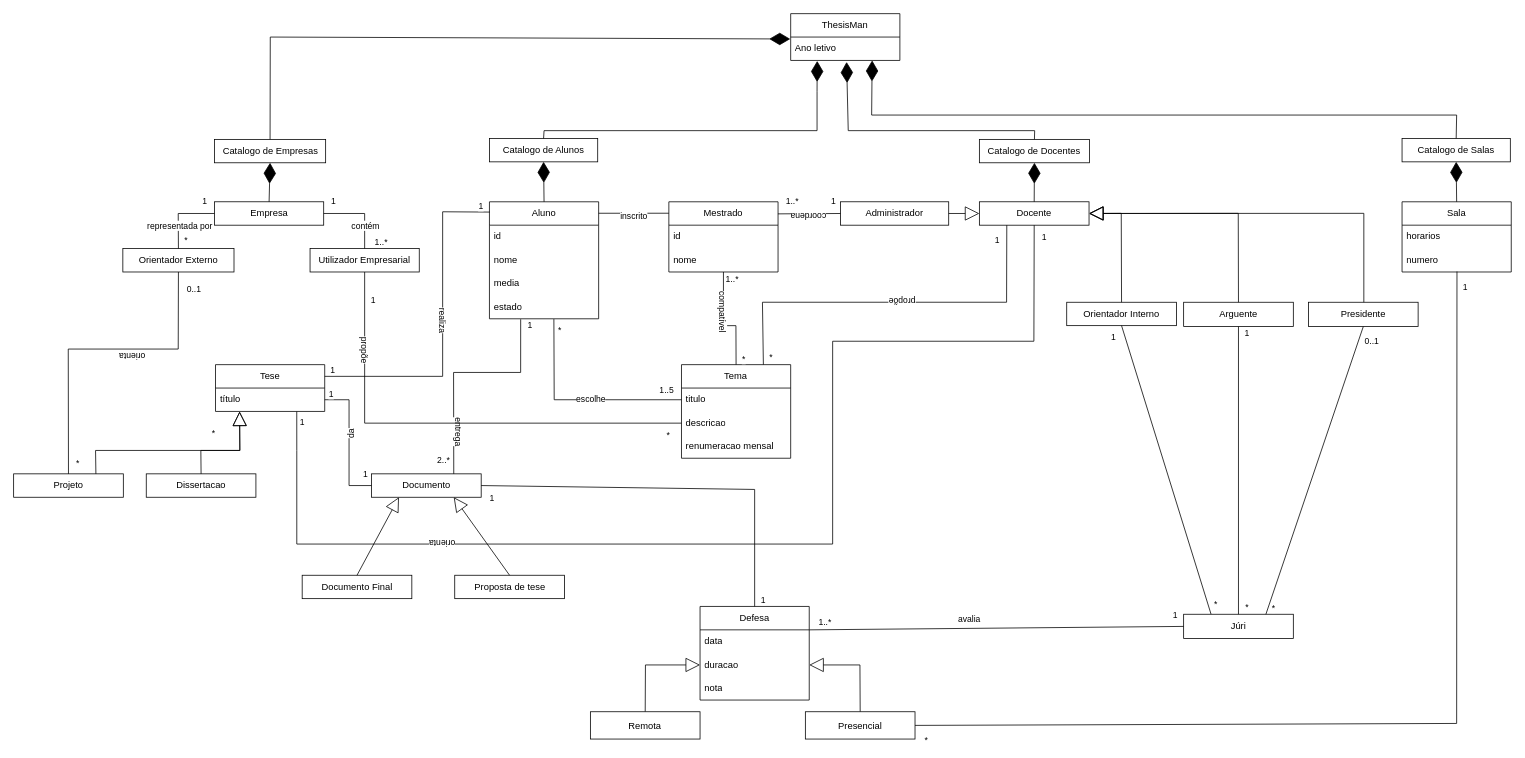
Sapientia-PT/thesisman keeps this draw.io diagram as docs/DomainModel.drawio. Above is the earlier version. Source tidied: cells renumbered, new cells numbered last; positions are measured from the earlier drawing's top-left corner, leaving out a move shared by most shapes. Both pictures are drawn from the tidied source at 78%, with x=0, y=0 at pixel (13, 13).
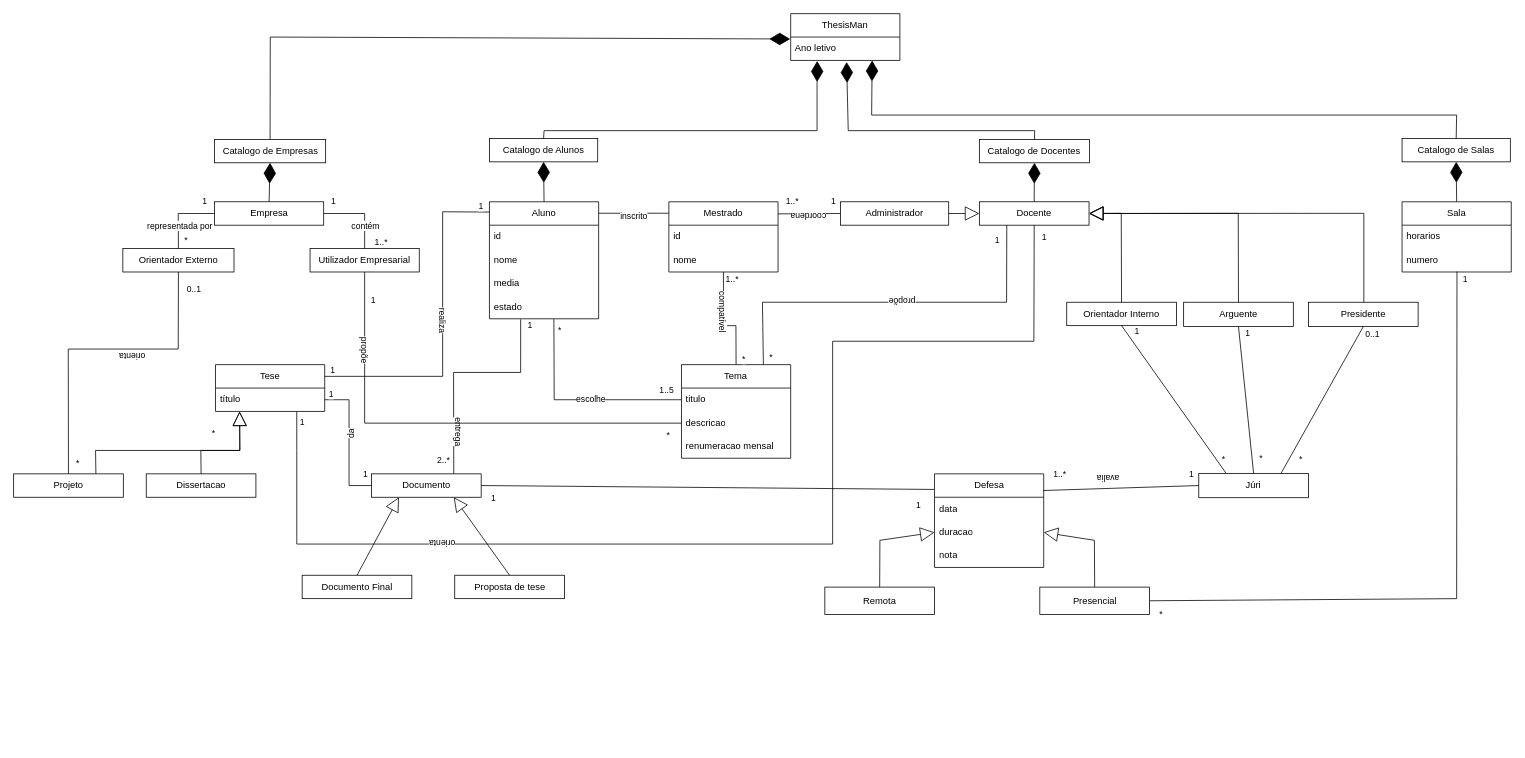
The same page after the edit.

The change refers to these unchanged cells:
```xml
<mxCell id="23" value="Documento" style="html=1;whiteSpace=wrap;" parent="1" vertex="1">
  <mxGeometry x="458.8" y="590" width="140.6" height="30" as="geometry" />
</mxCell>
<mxCell id="60" value="numero" style="text;strokeColor=none;fillColor=none;align=left;verticalAlign=middle;spacingLeft=4;spacingRight=4;overflow=hidden;points=[[0,0.5],[1,0.5]];portConstraint=eastwest;whiteSpace=wrap;html=1;" parent="58" vertex="1">
  <mxGeometry y="60" width="140" height="30" as="geometry" />
</mxCell>
<mxCell id="103" value="duracao" style="text;strokeColor=none;fillColor=none;align=left;verticalAlign=middle;spacingLeft=4;spacingRight=4;overflow=hidden;points=[[0,0.5],[1,0.5]];portConstraint=eastwest;whiteSpace=wrap;html=1;" parent="101" vertex="1">
  <mxGeometry y="60" width="140" height="30" as="geometry" />
</mxCell>
<mxCell id="117" style="endArrow=none;html=1;rounded=0;entryX=0.5;entryY=1;entryDx=0;entryDy=0;exitX=0.25;exitY=0;exitDx=0;exitDy=0;" parent="1" edge="1" source="120" target="6">
  <mxGeometry relative="1" as="geometry" />
</mxCell>
<mxCell id="126" style="endArrow=none;html=1;rounded=0;entryX=0.5;entryY=1;entryDx=0;entryDy=0;exitX=0.5;exitY=0;exitDx=0;exitDy=0;" parent="1" edge="1" source="120" target="7">
  <mxGeometry relative="1" as="geometry" />
</mxCell>
<mxCell id="130" style="endArrow=none;html=1;rounded=0;entryX=0.5;entryY=1;entryDx=0;entryDy=0;exitX=0.75;exitY=0;exitDx=0;exitDy=0;" parent="1" edge="1" source="120" target="125">
  <mxGeometry relative="1" as="geometry" />
</mxCell>
```

The edit, as a diff of the source:
```diff
@@
     <mxCell id="99" style="endArrow=block;endSize=16;endFill=0;html=1;rounded=0;entryX=0;entryY=0.5;entryDx=0;entryDy=0;exitX=0.5;exitY=0;exitDx=0;exitDy=0;" parent="1" edge="1" source="115" target="103">
       <mxGeometry relative="1" as="geometry">
         <Array as="points">
-          <mxPoint x="810" y="835" />
+          <mxPoint x="1110.6" y="675.2" />
         </Array>
       </mxGeometry>
     </mxCell>
     <mxCell id="100" style="endArrow=block;endSize=16;endFill=0;html=1;rounded=0;exitX=0.5;exitY=0;exitDx=0;exitDy=0;entryX=1;entryY=0.5;entryDx=0;entryDy=0;" parent="1" edge="1" source="116" target="103">
       <mxGeometry relative="1" as="geometry">
         <Array as="points">
-          <mxPoint x="1085" y="835" />
+          <mxPoint x="1385.6" y="675.2" />
         </Array>
       </mxGeometry>
     </mxCell>
     <mxCell id="101" value="Defesa" style="swimlane;fontStyle=0;horizontal=1;startSize=30;whiteSpace=wrap;html=1;" parent="1" vertex="1">
-      <mxGeometry x="880" y="760" width="140" height="120" as="geometry" />
+      <mxGeometry x="1180.6" y="590" width="140" height="120" as="geometry" />
     </mxCell>
@@
-    <mxCell id="109" style="endArrow=none;html=1;rounded=0;entryX=0.5;entryY=0;entryDx=0;entryDy=0;exitX=1;exitY=0.5;exitDx=0;exitDy=0;" parent="1" edge="1" source="23" target="101">
+    <mxCell id="109" style="endArrow=none;html=1;rounded=0;exitX=1;exitY=0.5;exitDx=0;exitDy=0;" parent="1" edge="1" source="23">
       <mxGeometry relative="1" as="geometry">
-        <Array as="points">
-          <mxPoint x="950" y="610" />
-        </Array>
+        <mxPoint x="1180" y="610" as="targetPoint" />
       </mxGeometry>
     </mxCell>
@@
     <mxCell id="112" style="endArrow=none;html=1;rounded=0;entryX=0.503;entryY=0.98;entryDx=0;entryDy=0;entryPerimeter=0;exitX=1;exitY=0.5;exitDx=0;exitDy=0;" parent="1" edge="1" source="116" target="60">
       <mxGeometry relative="1" as="geometry">
         <Array as="points">
-          <mxPoint x="1850" y="910" />
+          <mxPoint x="1850" y="750" />
         </Array>
       </mxGeometry>
     </mxCell>
     <mxCell id="113" value="*" style="edgeLabel;html=1;align=center;verticalAlign=middle;" parent="112" vertex="1">
       <mxGeometry x="-0.96" y="1" relative="1" as="geometry">
-        <mxPoint x="-11" y="19" as="offset" />
+        <mxPoint x="-2" y="18" as="offset" />
       </mxGeometry>
     </mxCell>
@@
     <mxCell id="115" value="Remota" style="html=1;whiteSpace=wrap;" parent="1" vertex="1">
-      <mxGeometry x="739.4" y="895" width="140.6" height="35" as="geometry" />
+      <mxGeometry x="1040" y="735.2" width="140.6" height="35" as="geometry" />
     </mxCell>
     <mxCell id="116" value="Presencial" style="html=1;whiteSpace=wrap;" parent="1" vertex="1">
-      <mxGeometry x="1015" y="895" width="140.6" height="35" as="geometry" />
+      <mxGeometry x="1315.6" y="735.2" width="140.6" height="35" as="geometry" />
     </mxCell>
@@
     <mxCell id="118" value="*" style="edgeLabel;html=1;align=center;verticalAlign=middle;" parent="117" vertex="1">
       <mxGeometry x="-0.92" y="2" relative="1" as="geometry">
-        <mxPoint x="12" as="offset" />
+        <mxPoint x="3" y="-13" as="offset" />
       </mxGeometry>
     </mxCell>
     <mxCell id="119" value="1" style="edgeLabel;html=1;align=center;verticalAlign=middle;" parent="117" vertex="1">
       <mxGeometry x="0.92" y="-1" relative="1" as="geometry">
-        <mxPoint x="-16" as="offset" />
+        <mxPoint x="13" as="offset" />
       </mxGeometry>
     </mxCell>
     <mxCell id="120" value="Júri" style="whiteSpace=wrap;html=1;" parent="1" vertex="1">
-      <mxGeometry x="1500" y="770" width="140.6" height="31.2" as="geometry" />
+      <mxGeometry x="1519.4" y="589.4" width="140.6" height="31.2" as="geometry" />
     </mxCell>
-    <mxCell id="121" style="endArrow=none;html=1;rounded=0;exitX=1;exitY=0.25;exitDx=0;exitDy=0;entryX=0;entryY=0.5;entryDx=0;entryDy=0;" parent="1" edge="1" source="101" target="120">
+    <mxCell id="121" style="endArrow=none;html=1;rounded=0;exitX=0.996;exitY=0.178;exitDx=0;exitDy=0;exitPerimeter=0;entryX=0;entryY=0.5;entryDx=0;entryDy=0;" parent="1" edge="1" source="101" target="120">
       <mxGeometry relative="1" as="geometry" />
     </mxCell>
-    <mxCell id="122" value="avalia" style="edgeLabel;html=1;align=center;verticalAlign=middle;" parent="121" vertex="1">
+    <mxCell id="122" value="avalia" style="edgeLabel;html=1;align=center;verticalAlign=middle;rotation=180;" parent="121" vertex="1">
       <mxGeometry x="-0.15" y="-1" relative="1" as="geometry">
         <mxPoint y="-13" as="offset" />
       </mxGeometry>
     </mxCell>
     <mxCell id="123" value="1..*" style="edgeLabel;html=1;align=center;verticalAlign=middle;" parent="121" vertex="1">
       <mxGeometry x="-0.85" y="1" relative="1" as="geometry">
-        <mxPoint x="-16" y="-9" as="offset" />
+        <mxPoint x="5" y="-20" as="offset" />
       </mxGeometry>
     </mxCell>
-    <mxCell id="124" value="1" style="edgeLabel;html=1;align=center;verticalAlign=middle;" parent="121" vertex="1">
+    <mxCell id="124" value="1" style="edgeLabel;html=1;align=center;verticalAlign=middle;rotation=0;" parent="121" vertex="1">
       <mxGeometry x="0.76" y="-1" relative="1" as="geometry">
-        <mxPoint x="47" y="-17" as="offset" />
+        <mxPoint x="14" y="-17" as="offset" />
       </mxGeometry>
     </mxCell>
@@
     <mxCell id="128" value="*" style="edgeLabel;html=1;align=center;verticalAlign=middle;" parent="126" vertex="1">
       <mxGeometry x="-0.91" relative="1" as="geometry">
-        <mxPoint x="10" y="7" as="offset" />
+        <mxPoint x="10" y="-11" as="offset" />
       </mxGeometry>
     </mxCell>
     <mxCell id="129" value="1" style="edgeLabel;html=1;align=center;verticalAlign=middle;" parent="126" vertex="1">
       <mxGeometry x="0.85" relative="1" as="geometry">
-        <mxPoint x="10" y="-20" as="offset" />
+        <mxPoint x="10" y="-6" as="offset" />
       </mxGeometry>
     </mxCell>
@@
     <mxCell id="132" value="*" style="edgeLabel;html=1;align=center;verticalAlign=middle;" parent="130" vertex="1">
       <mxGeometry x="-0.88" y="-2" relative="1" as="geometry">
-        <mxPoint y="13" as="offset" />
+        <mxPoint x="17" y="-9" as="offset" />
       </mxGeometry>
     </mxCell>
```
